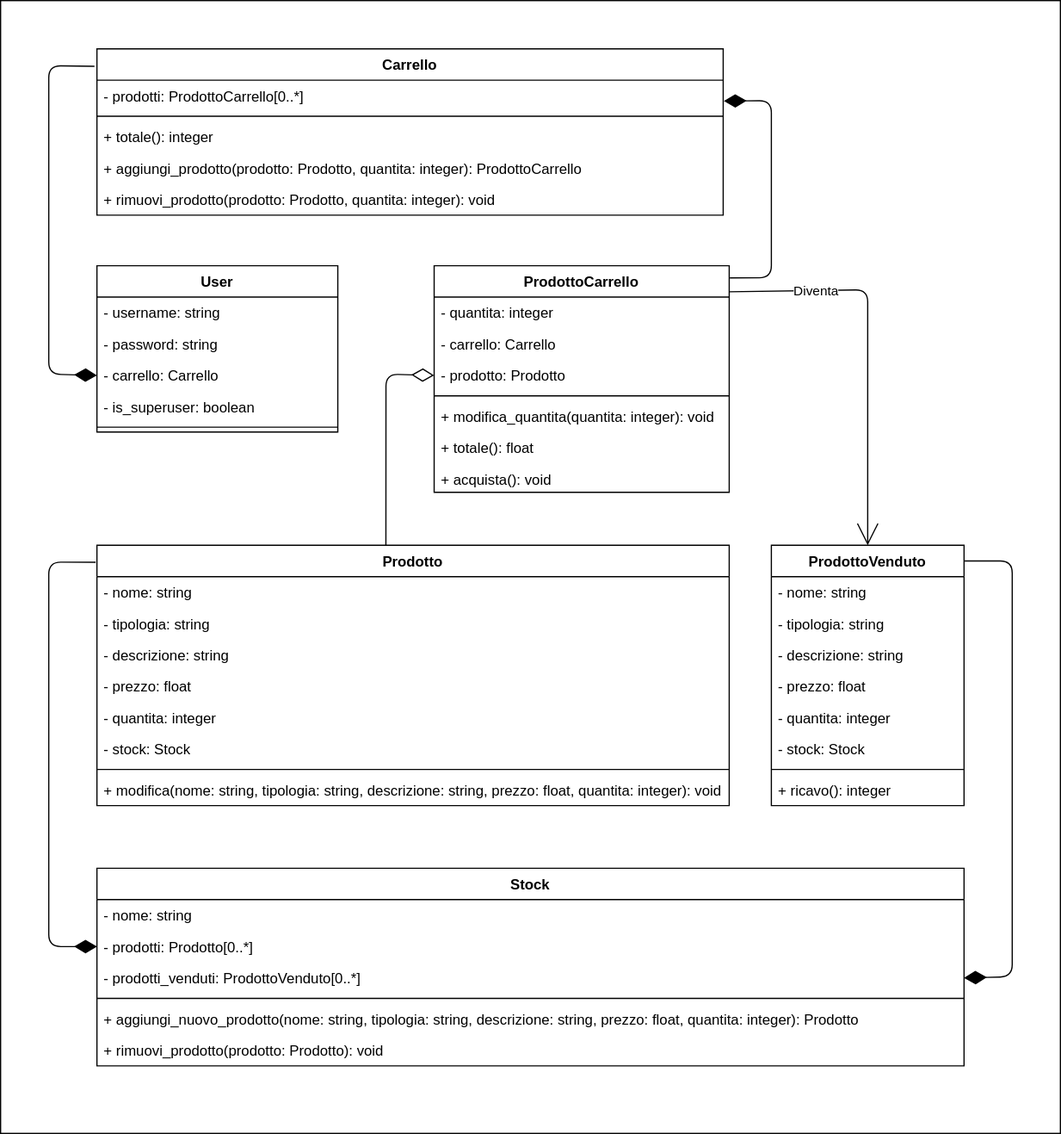
MickTK/ProgettoFinaleISW keeps this draw.io diagram as diagrammi/classi.drawio.svg. Above is the earlier version. Source tidied: cells renumbered, new cells last; positions are measured from the earlier drawing's top-left corner, leaving out a move shared by most shapes.
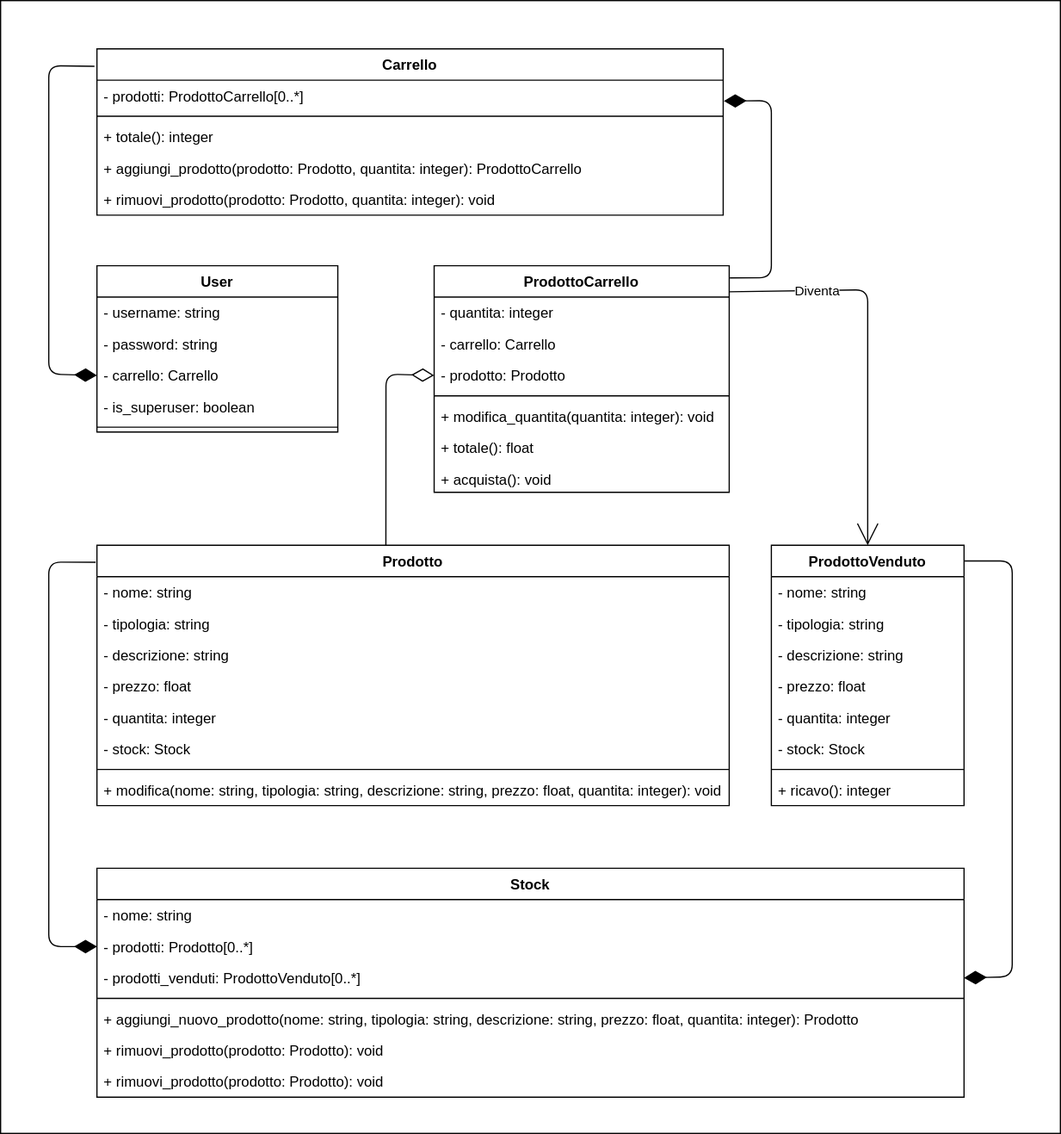
After the commit.

Change to the diagram source:
```diff
@@ -116,7 +116,7 @@
       </mxGeometry>
     </mxCell>
     <mxCell id="35" value="Stock" style="swimlane;fontStyle=1;align=center;verticalAlign=top;horizontal=1;startSize=26;" parent="1" vertex="1">
-      <mxGeometry x="80" y="720" width="720" height="164" as="geometry" />
+      <mxGeometry x="80" y="720" width="720" height="190" as="geometry" />
     </mxCell>
     <mxCell id="36" value="- nome: string" style="text;strokeColor=none;fillColor=none;align=left;verticalAlign=top;spacingLeft=4;spacingRight=4;overflow=hidden;" parent="35" vertex="1">
       <mxGeometry y="26" width="720" height="26" as="geometry" />
@@ -136,6 +136,9 @@
     <mxCell id="41" value="+ rimuovi_prodotto(prodotto: Prodotto): void" style="text;strokeColor=none;fillColor=none;align=left;verticalAlign=top;spacingLeft=4;spacingRight=4;overflow=hidden;" parent="35" vertex="1">
       <mxGeometry y="138" width="720" height="26" as="geometry" />
     </mxCell>
+    <mxCell id="55" value="+ rimuovi_prodotto(prodotto: Prodotto): void" style="text;strokeColor=none;fillColor=none;align=left;verticalAlign=top;spacingLeft=4;spacingRight=4;overflow=hidden;" parent="35" vertex="1">
+      <mxGeometry y="164" width="720" height="26" as="geometry" />
+    </mxCell>
     <mxCell id="42" style="endArrow=diamondThin;html=1;endFill=1;startArrow=none;startFill=0;endSize=16;entryX=0;entryY=0.5;entryDx=0;entryDy=0;exitX=-0.002;exitY=0.065;exitDx=0;exitDy=0;exitPerimeter=0;" parent="1" edge="1" source="17" target="37">
       <mxGeometry relative="1" as="geometry">
         <Array as="points">
```
